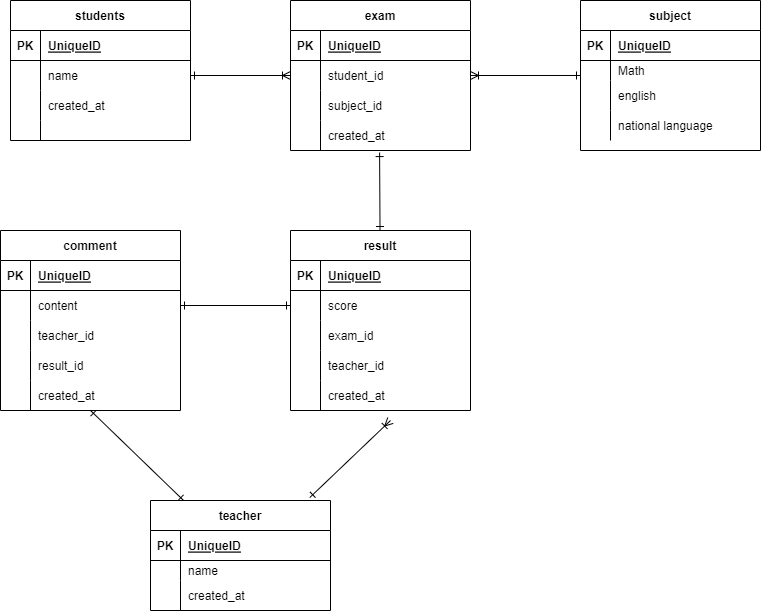
miyan51/20221120Utsunomiya keeps this draw.io diagram as exercise.drawio.png. Above is the earlier version. Source tidied: cells renumbered, new cells last; positions are measured from the earlier drawing's top-left corner, leaving out a move shared by most shapes.
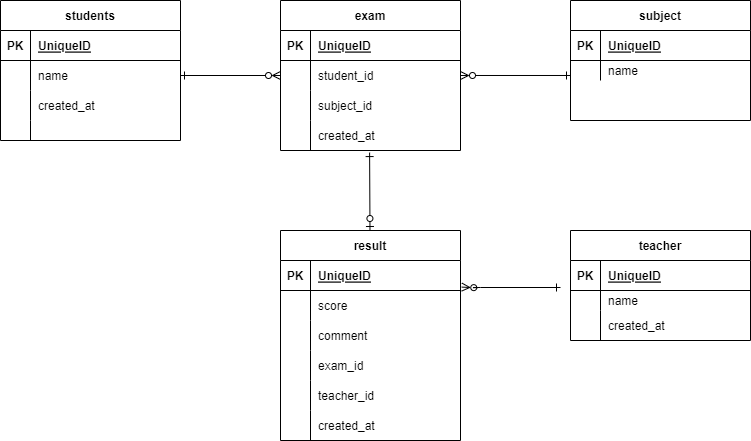
After the change.

The edit, as a diff of the source:
```diff
@@ -41,59 +41,8 @@
     <mxCell id="14" style="shape=partialRectangle;fillColor=none;top=0;left=0;bottom=0;right=0;align=left;spacingLeft=6;overflow=hidden;" parent="12" vertex="1">
       <mxGeometry x="30" width="150" height="20" as="geometry" />
     </mxCell>
-    <mxCell id="15" value="comment" style="shape=table;startSize=30;rowLines=0;fontStyle=1;align=center;" parent="1" vertex="1">
-      <mxGeometry y="230" width="180" height="180" as="geometry" />
-    </mxCell>
-    <mxCell id="16" style="shape=partialRectangle;fillColor=none;top=0;left=0;bottom=1;right=0;" parent="15" vertex="1">
-      <mxGeometry y="30" width="180" height="30" as="geometry" />
-    </mxCell>
-    <mxCell id="17" value="PK" style="shape=partialRectangle;fillColor=none;top=0;left=0;bottom=0;right=0;fontStyle=1;overflow=hidden;" parent="16" vertex="1">
-      <mxGeometry width="30" height="30" as="geometry" />
-    </mxCell>
-    <mxCell id="18" value="UniqueID" style="shape=partialRectangle;fillColor=none;top=0;left=0;bottom=0;right=0;align=left;spacingLeft=6;fontStyle=5;overflow=hidden;" parent="16" vertex="1">
-      <mxGeometry x="30" width="150" height="30" as="geometry" />
-    </mxCell>
-    <mxCell id="19" style="shape=partialRectangle;fillColor=none;top=0;left=0;bottom=0;right=0;points=[[0,0.5],[1,0.5]];portConstraint=eastwest;" parent="15" vertex="1">
-      <mxGeometry y="60" width="180" height="30" as="geometry" />
-    </mxCell>
-    <mxCell id="20" style="shape=partialRectangle;fillColor=none;top=0;left=0;bottom=0;right=0;overflow=hidden;" parent="19" vertex="1">
-      <mxGeometry width="30" height="30" as="geometry" />
-    </mxCell>
-    <mxCell id="21" value="content" style="shape=partialRectangle;fillColor=none;top=0;left=0;bottom=0;right=0;align=left;spacingLeft=6;overflow=hidden;" parent="19" vertex="1">
-      <mxGeometry x="30" width="150" height="30" as="geometry" />
-    </mxCell>
-    <mxCell id="22" style="shape=partialRectangle;fillColor=none;top=0;left=0;bottom=0;right=0;" parent="15" vertex="1">
-      <mxGeometry y="90" width="180" height="30" as="geometry" />
-    </mxCell>
-    <mxCell id="23" style="shape=partialRectangle;fillColor=none;top=0;left=0;bottom=0;right=0;overflow=hidden;" parent="22" vertex="1">
-      <mxGeometry width="30" height="30" as="geometry" />
-    </mxCell>
-    <mxCell id="24" value="teacher_id" style="shape=partialRectangle;fillColor=none;top=0;left=0;bottom=0;right=0;align=left;spacingLeft=6;overflow=hidden;" parent="22" vertex="1">
-      <mxGeometry x="30" width="150" height="30" as="geometry" />
-    </mxCell>
-    <mxCell id="25" style="shape=partialRectangle;fillColor=none;top=0;left=0;bottom=0;right=0;" parent="15" vertex="1">
-      <mxGeometry y="120" width="180" height="30" as="geometry" />
-    </mxCell>
-    <mxCell id="26" style="shape=partialRectangle;fillColor=none;top=0;left=0;bottom=0;right=0;overflow=hidden;" parent="25" vertex="1">
-      <mxGeometry width="30" height="30" as="geometry" />
-    </mxCell>
-    <mxCell id="27" value="result_id" style="shape=partialRectangle;fillColor=none;top=0;left=0;bottom=0;right=0;align=left;spacingLeft=6;overflow=hidden;" parent="25" vertex="1">
-      <mxGeometry x="30" width="150" height="30" as="geometry" />
-    </mxCell>
-    <mxCell id="28" style="shape=partialRectangle;fillColor=none;top=0;left=0;bottom=0;right=0;" parent="15" vertex="1">
-      <mxGeometry y="150" width="180" height="30" as="geometry" />
-    </mxCell>
-    <mxCell id="29" style="shape=partialRectangle;fillColor=none;top=0;left=0;bottom=0;right=0;overflow=hidden;" parent="28" vertex="1">
-      <mxGeometry width="30" height="30" as="geometry" />
-    </mxCell>
-    <mxCell id="30" value="created_at" style="shape=partialRectangle;fillColor=none;top=0;left=0;bottom=0;right=0;align=left;spacingLeft=6;overflow=hidden;" parent="28" vertex="1">
-      <mxGeometry x="30" width="150" height="30" as="geometry" />
-    </mxCell>
-    <mxCell id="31" style="edgeStyle=none;html=1;entryX=0.5;entryY=1;entryDx=0;entryDy=0;startArrow=ERone;startFill=0;endArrow=ERone;endFill=0;" parent="1" edge="1" source="32" target="15">
-      <mxGeometry relative="1" as="geometry" />
-    </mxCell>
     <mxCell id="32" value="teacher" style="shape=table;startSize=30;rowLines=0;fontStyle=1;align=center;" parent="1" vertex="1">
-      <mxGeometry x="150" y="500" width="180" height="110" as="geometry" />
+      <mxGeometry x="580" y="230" width="180" height="110" as="geometry" />
     </mxCell>
     <mxCell id="33" style="shape=partialRectangle;fillColor=none;top=0;left=0;bottom=1;right=0;" parent="32" vertex="1">
       <mxGeometry y="30" width="180" height="30" as="geometry" />
@@ -123,7 +72,7 @@
       <mxGeometry x="30" width="150" height="30" as="geometry" />
     </mxCell>
     <mxCell id="42" value="subject" style="shape=table;startSize=30;rowLines=0;fontStyle=1;align=center;" parent="1" vertex="1">
-      <mxGeometry x="580" width="180" height="150" as="geometry" />
+      <mxGeometry x="580" width="180" height="120" as="geometry" />
     </mxCell>
     <mxCell id="43" style="shape=partialRectangle;fillColor=none;top=0;left=0;bottom=1;right=0;" parent="42" vertex="1">
       <mxGeometry y="30" width="180" height="30" as="geometry" />
@@ -140,32 +89,14 @@
     <mxCell id="47" style="shape=partialRectangle;fillColor=none;top=0;left=0;bottom=0;right=0;overflow=hidden;" parent="46" vertex="1">
       <mxGeometry width="30" height="20" as="geometry" />
     </mxCell>
-    <mxCell id="48" value="Math" style="shape=partialRectangle;fillColor=none;top=0;left=0;bottom=0;right=0;align=left;spacingLeft=6;overflow=hidden;" parent="46" vertex="1">
+    <mxCell id="48" value="name" style="shape=partialRectangle;fillColor=none;top=0;left=0;bottom=0;right=0;align=left;spacingLeft=6;overflow=hidden;" parent="46" vertex="1">
       <mxGeometry x="30" width="150" height="20" as="geometry" />
     </mxCell>
-    <mxCell id="49" style="shape=partialRectangle;fillColor=none;top=0;left=0;bottom=0;right=0;points=[[0,0.5],[1,0.5]];portConstraint=eastwest;" parent="42" vertex="1">
-      <mxGeometry y="80" width="180" height="30" as="geometry" />
-    </mxCell>
-    <mxCell id="50" style="shape=partialRectangle;fillColor=none;top=0;left=0;bottom=0;right=0;overflow=hidden;" parent="49" vertex="1">
-      <mxGeometry width="30" height="30" as="geometry" />
-    </mxCell>
-    <mxCell id="51" value="english" style="shape=partialRectangle;fillColor=none;top=0;left=0;bottom=0;right=0;align=left;spacingLeft=6;overflow=hidden;" parent="49" vertex="1">
-      <mxGeometry x="30" width="150" height="30" as="geometry" />
-    </mxCell>
-    <mxCell id="52" style="shape=partialRectangle;fillColor=none;top=0;left=0;bottom=0;right=0;" parent="42" vertex="1">
-      <mxGeometry y="110" width="180" height="30" as="geometry" />
-    </mxCell>
-    <mxCell id="53" style="shape=partialRectangle;fillColor=none;top=0;left=0;bottom=0;right=0;overflow=hidden;" parent="52" vertex="1">
-      <mxGeometry width="30" height="30" as="geometry" />
-    </mxCell>
-    <mxCell id="54" value="national language" style="shape=partialRectangle;fillColor=none;top=0;left=0;bottom=0;right=0;align=left;spacingLeft=6;overflow=hidden;" parent="52" vertex="1">
-      <mxGeometry x="30" width="150" height="30" as="geometry" />
-    </mxCell>
-    <mxCell id="55" style="edgeStyle=none;html=1;entryX=0.495;entryY=1.069;entryDx=0;entryDy=0;entryPerimeter=0;startArrow=ERone;startFill=0;endArrow=ERone;endFill=0;" parent="1" edge="1" source="56" target="82">
+    <mxCell id="55" style="edgeStyle=none;html=1;entryX=0.495;entryY=1.069;entryDx=0;entryDy=0;entryPerimeter=0;startArrow=ERzeroToOne;startFill=0;endArrow=ERone;endFill=0;" parent="1" edge="1" source="56" target="82">
       <mxGeometry relative="1" as="geometry" />
     </mxCell>
     <mxCell id="56" value="result" style="shape=table;startSize=30;rowLines=0;fontStyle=1;align=center;" parent="1" vertex="1">
-      <mxGeometry x="290" y="230" width="180" height="180" as="geometry" />
+      <mxGeometry x="290" y="230" width="180" height="210" as="geometry" />
     </mxCell>
     <mxCell id="57" style="shape=partialRectangle;fillColor=none;top=0;left=0;bottom=1;right=0;" parent="56" vertex="1">
       <mxGeometry y="30" width="180" height="30" as="geometry" />
@@ -185,8 +116,17 @@
     <mxCell id="62" value="score" style="shape=partialRectangle;fillColor=none;top=0;left=0;bottom=0;right=0;align=left;spacingLeft=6;overflow=hidden;" parent="60" vertex="1">
       <mxGeometry x="30" width="150" height="30" as="geometry" />
     </mxCell>
+    <mxCell id="22" style="shape=partialRectangle;fillColor=none;top=0;left=0;bottom=0;right=0;" parent="56" vertex="1">
+      <mxGeometry y="90" width="180" height="30" as="geometry" />
+    </mxCell>
+    <mxCell id="89" style="shape=partialRectangle;fillColor=none;top=0;left=0;bottom=0;right=0;overflow=hidden;" parent="22" vertex="1">
+      <mxGeometry width="30" height="30" as="geometry" />
+    </mxCell>
+    <mxCell id="15" value="comment" style="shape=partialRectangle;fillColor=none;top=0;left=0;bottom=0;right=0;align=left;spacingLeft=6;overflow=hidden;" parent="22" vertex="1">
+      <mxGeometry x="30" width="150" height="30" as="geometry" />
+    </mxCell>
     <mxCell id="63" style="shape=partialRectangle;fillColor=none;top=0;left=0;bottom=0;right=0;" parent="56" vertex="1">
-      <mxGeometry y="90" width="180" height="30" as="geometry" />
+      <mxGeometry y="120" width="180" height="30" as="geometry" />
     </mxCell>
     <mxCell id="64" style="shape=partialRectangle;fillColor=none;top=0;left=0;bottom=0;right=0;overflow=hidden;" parent="63" vertex="1">
       <mxGeometry width="30" height="30" as="geometry" />
@@ -195,7 +135,7 @@
       <mxGeometry x="30" width="150" height="30" as="geometry" />
     </mxCell>
     <mxCell id="66" style="shape=partialRectangle;fillColor=none;top=0;left=0;bottom=0;right=0;" parent="56" vertex="1">
-      <mxGeometry y="120" width="180" height="30" as="geometry" />
+      <mxGeometry y="150" width="180" height="30" as="geometry" />
     </mxCell>
     <mxCell id="67" style="shape=partialRectangle;fillColor=none;top=0;left=0;bottom=0;right=0;overflow=hidden;" parent="66" vertex="1">
       <mxGeometry width="30" height="30" as="geometry" />
@@ -204,7 +144,7 @@
       <mxGeometry x="30" width="150" height="30" as="geometry" />
     </mxCell>
     <mxCell id="69" style="shape=partialRectangle;fillColor=none;top=0;left=0;bottom=0;right=0;" parent="56" vertex="1">
-      <mxGeometry y="150" width="180" height="30" as="geometry" />
+      <mxGeometry y="180" width="180" height="30" as="geometry" />
     </mxCell>
     <mxCell id="70" style="shape=partialRectangle;fillColor=none;top=0;left=0;bottom=0;right=0;overflow=hidden;" parent="69" vertex="1">
       <mxGeometry width="30" height="30" as="geometry" />
@@ -251,18 +191,20 @@
     <mxCell id="84" value="created_at" style="shape=partialRectangle;fillColor=none;top=0;left=0;bottom=0;right=0;align=left;spacingLeft=6;overflow=hidden;" parent="82" vertex="1">
       <mxGeometry x="30" width="150" height="30" as="geometry" />
     </mxCell>
-    <mxCell id="85" style="edgeStyle=none;html=1;entryX=0;entryY=0.5;entryDx=0;entryDy=0;startArrow=ERone;startFill=0;endArrow=ERoneToMany;endFill=0;" parent="1" edge="1" source="6" target="76">
+    <mxCell id="85" style="edgeStyle=none;html=1;entryX=0;entryY=0.5;entryDx=0;entryDy=0;startArrow=ERone;startFill=0;endArrow=ERzeroToMany;endFill=0;" parent="1" edge="1" source="6" target="76">
       <mxGeometry relative="1" as="geometry" />
     </mxCell>
-    <mxCell id="86" style="edgeStyle=none;html=1;entryX=0;entryY=-0.167;entryDx=0;entryDy=0;entryPerimeter=0;endArrow=ERone;endFill=0;startArrow=ERoneToMany;startFill=0;" parent="1" edge="1" source="76" target="49">
-      <mxGeometry relative="1" as="geometry" />
+    <mxCell id="86" style="edgeStyle=none;html=1;entryX=0;entryY=-0.167;entryDx=0;entryDy=0;entryPerimeter=0;endArrow=ERone;endFill=0;startArrow=ERzeroToMany;startFill=0;" parent="1" edge="1" source="76">
+      <mxGeometry relative="1" as="geometry">
+        <mxPoint x="580" y="75" as="targetPoint" />
+      </mxGeometry>
     </mxCell>
-    <mxCell id="87" style="edgeStyle=none;html=1;entryX=0;entryY=0.5;entryDx=0;entryDy=0;startArrow=ERone;startFill=0;endArrow=ERone;endFill=0;" parent="1" edge="1" source="19" target="60">
-      <mxGeometry relative="1" as="geometry" />
-    </mxCell>
-    <mxCell id="88" style="edgeStyle=none;html=1;startArrow=ERone;startFill=0;endArrow=ERoneToMany;endFill=0;exitX=0.885;exitY=-0.027;exitDx=0;exitDy=0;exitPerimeter=0;" parent="1" edge="1" source="32">
+    <mxCell id="88" style="edgeStyle=none;html=1;startArrow=ERone;startFill=0;endArrow=ERzeroToMany;endFill=0;entryX=1.007;entryY=-0.113;entryDx=0;entryDy=0;entryPerimeter=0;" parent="1" edge="1" target="60">
       <mxGeometry relative="1" as="geometry">
-        <mxPoint x="390" y="420" as="targetPoint" />
+        <mxPoint x="570" y="287" as="sourcePoint" />
+        <Array as="points">
+          <mxPoint x="480" y="287" />
+        </Array>
       </mxGeometry>
     </mxCell>
   </root>
```
